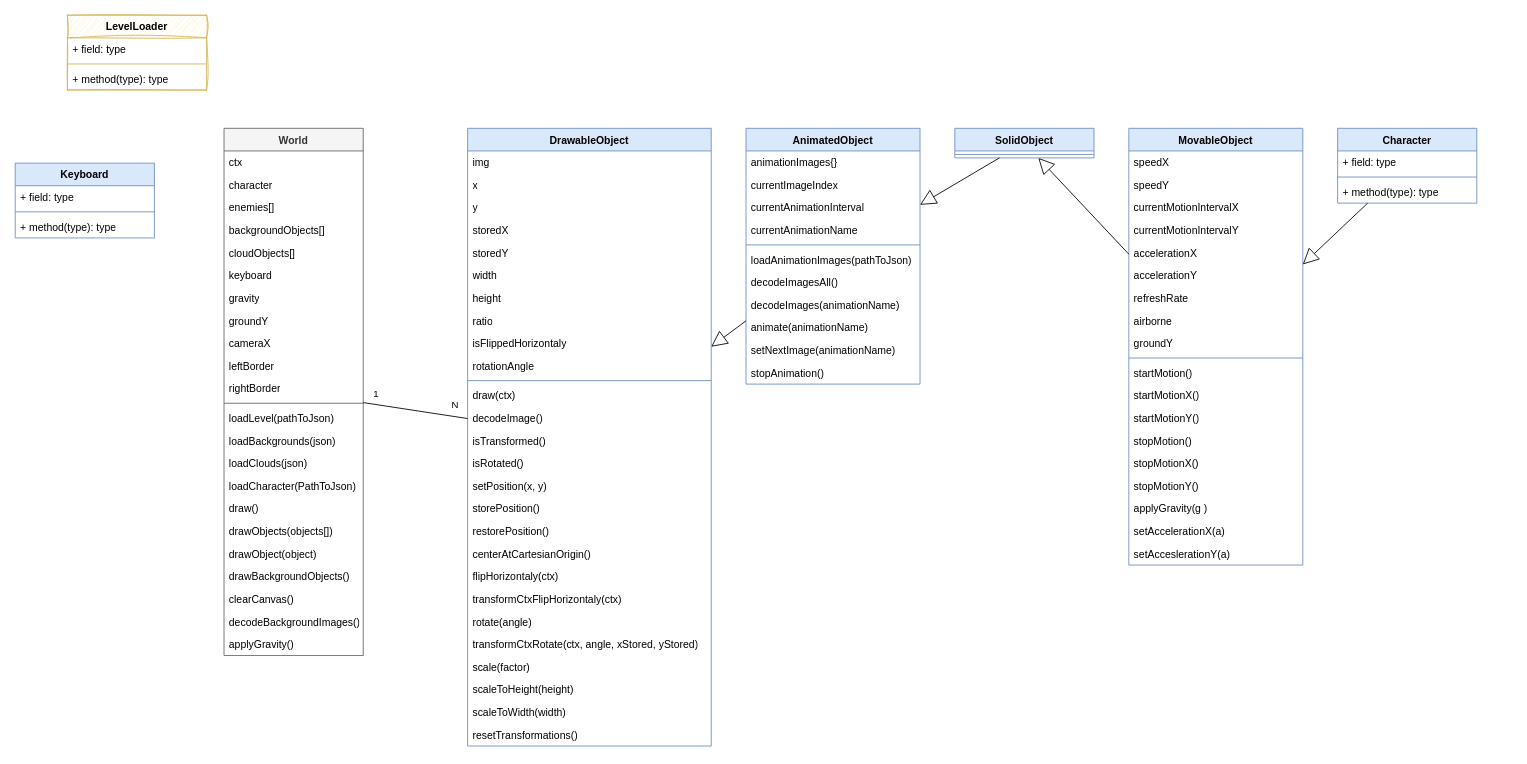
Earlier version of the draw.io diagram uml/classDiagram.drawio (ReinhardWansch/ElPolloLoco). Source tidied: cells renumbered, new cells numbered last; positions are measured from the earlier drawing's top-left corner, leaving out a move shared by most shapes. Both pictures are drawn from the tidied source at 87%, with x=0, y=0 at pixel (15, 15).
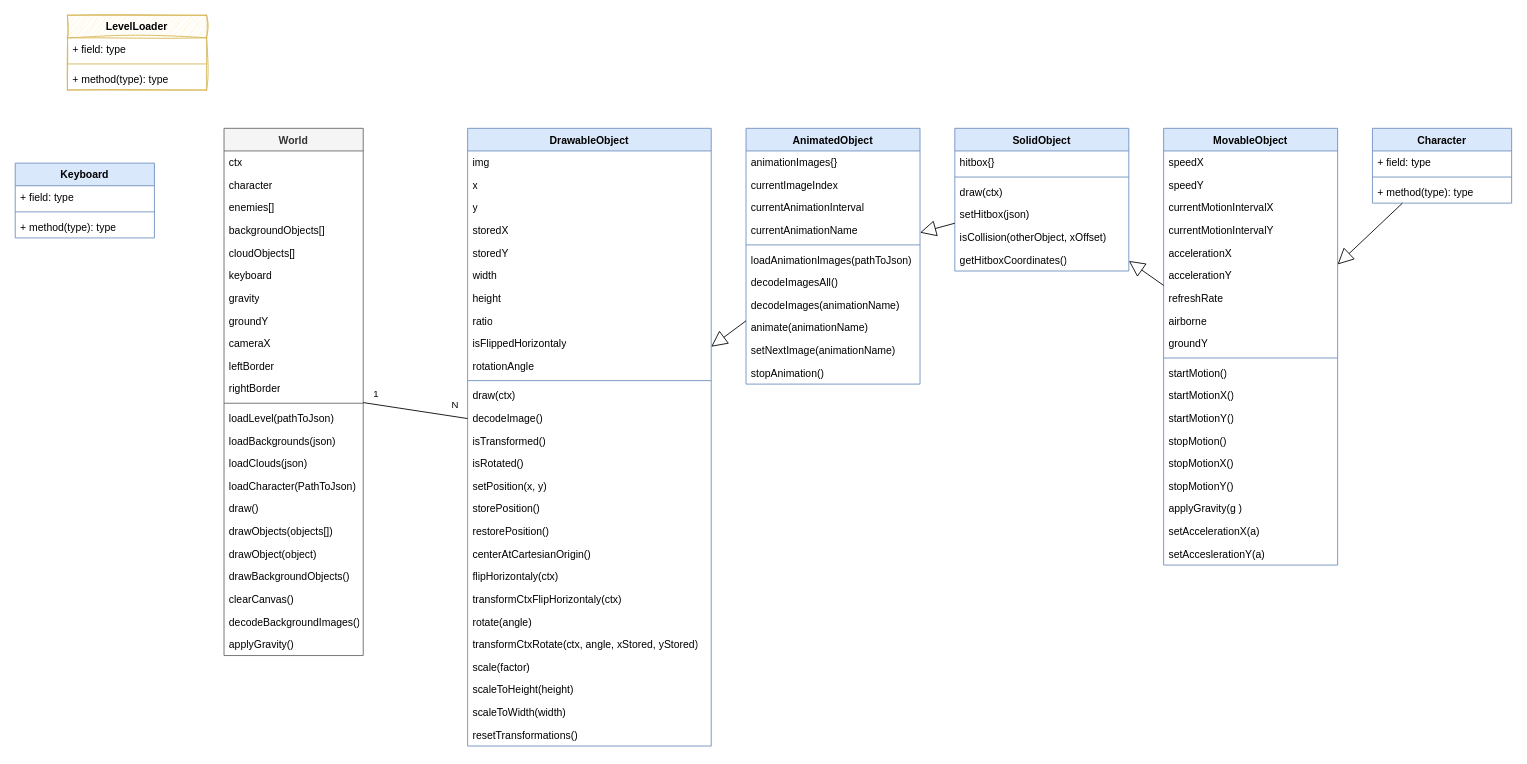
Above is the later version.

Commit message (it also covers changes not shown here):
update uml, class diagram

What changed in the source:
```diff
@@
     <mxCell id="43" value="MovableObject" style="swimlane;fontStyle=1;align=center;verticalAlign=top;horizontal=1;startSize=26;whiteSpace=wrap;html=1;fillColor=#dae8fc;strokeColor=#6c8ebf;" parent="1" vertex="1">
-      <mxGeometry x="1280" y="130" width="200" height="502" as="geometry" />
+      <mxGeometry x="1320" y="130" width="200" height="502" as="geometry" />
     </mxCell>
@@
     <mxCell id="95" value="Character" style="swimlane;fontStyle=1;align=center;verticalAlign=top;horizontal=1;startSize=26;whiteSpace=wrap;html=1;fillColor=#dae8fc;strokeColor=#6c8ebf;" parent="1" vertex="1">
-      <mxGeometry x="1520" y="130" width="160" height="86" as="geometry" />
+      <mxGeometry x="1560" y="130" width="160" height="86" as="geometry" />
     </mxCell>
@@
     <mxCell id="104" value="SolidObject" style="swimlane;fontStyle=1;align=center;verticalAlign=top;horizontal=1;startSize=26;whiteSpace=wrap;html=1;fillColor=#dae8fc;strokeColor=#6c8ebf;" parent="1" vertex="1">
-      <mxGeometry x="1080" y="130" width="160" height="34" as="geometry" />
+      <mxGeometry x="1080" y="130" width="200" height="164" as="geometry" />
     </mxCell>
+    <mxCell id="107" value="hitbox{}" style="text;strokeColor=none;fillColor=none;align=left;verticalAlign=top;spacingLeft=4;spacingRight=4;overflow=hidden;whiteSpace=wrap;html=1;" parent="104" vertex="1">
+      <mxGeometry y="26" width="200" height="26" as="geometry" />
+    </mxCell>
     <mxCell id="105" style="line;strokeWidth=1;fillColor=none;align=left;verticalAlign=middle;spacingTop=-1;spacingLeft=3;spacingRight=3;labelPosition=right;strokeColor=inherit;" parent="104" vertex="1">
-      <mxGeometry y="26" width="160" height="8" as="geometry" />
+      <mxGeometry y="52" width="200" height="8" as="geometry" />
     </mxCell>
+    <mxCell id="108" value="draw(ctx)" style="text;strokeColor=none;fillColor=none;align=left;verticalAlign=top;spacingLeft=4;spacingRight=4;overflow=hidden;whiteSpace=wrap;html=1;" parent="104" vertex="1">
+      <mxGeometry y="60" width="200" height="26" as="geometry" />
+    </mxCell>
+    <mxCell id="109" value="setHitbox(json)" style="text;strokeColor=none;fillColor=none;align=left;verticalAlign=top;spacingLeft=4;spacingRight=4;overflow=hidden;whiteSpace=wrap;html=1;" parent="104" vertex="1">
+      <mxGeometry y="86" width="200" height="26" as="geometry" />
+    </mxCell>
+    <mxCell id="110" value="isCollision(otherObject, xOffset)" style="text;strokeColor=none;fillColor=none;align=left;verticalAlign=top;spacingLeft=4;spacingRight=4;overflow=hidden;whiteSpace=wrap;html=1;" parent="104" vertex="1">
+      <mxGeometry y="112" width="200" height="26" as="geometry" />
+    </mxCell>
+    <mxCell id="111" value="getHitboxCoordinates()" style="text;strokeColor=none;fillColor=none;align=left;verticalAlign=top;spacingLeft=4;spacingRight=4;overflow=hidden;whiteSpace=wrap;html=1;" parent="104" vertex="1">
+      <mxGeometry y="138" width="200" height="26" as="geometry" />
+    </mxCell>
```
